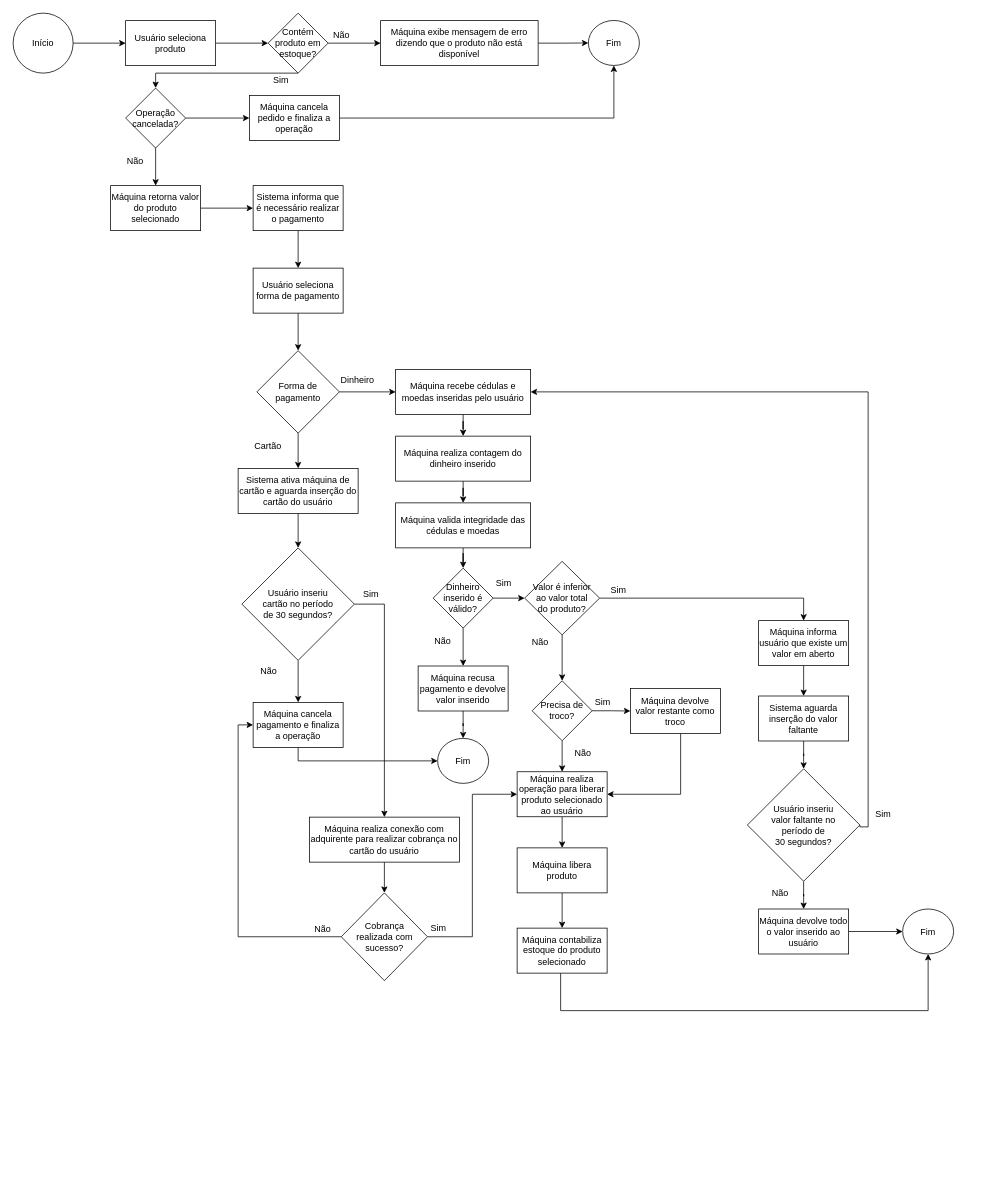
The draw.io diagram docs/Monja Doces.drawio in aleDsz/monja-doces, before the edit. Source tidied: cells renumbered, new cells numbered last; positions are measured from the earlier drawing's top-left corner, leaving out a move shared by most shapes. Both pictures are drawn from the tidied source at 75%, with x=0, y=0 at pixel (13, 13).
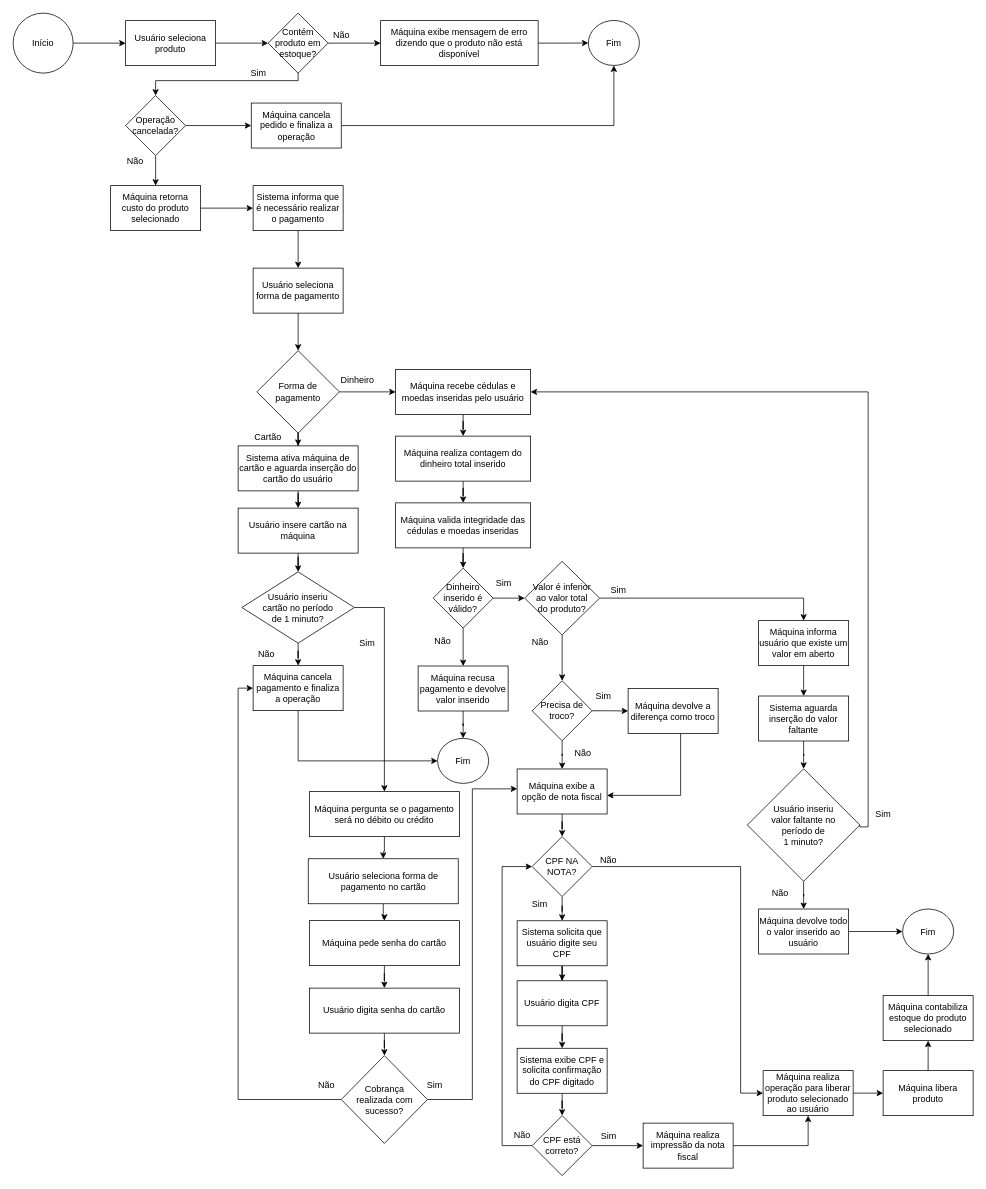
Above is the later version.

Commit message:
Updated system flow

Unchanged cells that the change refers to:
```xml
<mxCell id="16" value="Máquina recebe cédulas e moedas inseridas pelo usuário" style="rounded=0;whiteSpace=wrap;html=1;" parent="1" vertex="1">
  <mxGeometry x="510" y="475" width="180" height="60" as="geometry" />
</mxCell>
<mxCell id="48" value="Fim" style="ellipse;whiteSpace=wrap;html=1;" parent="1" vertex="1">
  <mxGeometry x="1186" y="1194.5" width="68" height="60" as="geometry" />
</mxCell>
<mxCell id="51" value="Precisa de troco?" style="rhombus;whiteSpace=wrap;html=1;" parent="1" vertex="1">
  <mxGeometry x="692" y="890.2" width="80" height="80" as="geometry" />
</mxCell>
<mxCell id="65" value="Contém produto em estoque?" style="rhombus;whiteSpace=wrap;html=1;" parent="1" vertex="1">
  <mxGeometry x="340" width="80" height="80" as="geometry" />
</mxCell>
```

The edit, as a diff of the source:
```diff
@@
-    <mxCell id="5" value="Máquina retorna valor do produto selecionado&lt;br&gt;" style="rounded=0;whiteSpace=wrap;html=1;" parent="1" vertex="1">
+    <mxCell id="5" value="Máquina retorna custo do produto selecionado" style="rounded=0;whiteSpace=wrap;html=1;" parent="1" vertex="1">
       <mxGeometry x="130" y="230" width="120" height="60" as="geometry" />
     </mxCell>
@@
-    <mxCell id="18" value="Máquina realiza contagem do dinheiro inserido" style="rounded=0;whiteSpace=wrap;html=1;" parent="1" vertex="1">
+    <mxCell id="18" value="Máquina realiza contagem do dinheiro total inserido" style="rounded=0;whiteSpace=wrap;html=1;" parent="1" vertex="1">
       <mxGeometry x="510" y="564" width="180" height="60" as="geometry" />
     </mxCell>
@@
-    <mxCell id="20" value="Máquina valida integridade das cédulas e moedas" style="rounded=0;whiteSpace=wrap;html=1;" parent="1" vertex="1">
+    <mxCell id="20" value="Máquina valida integridade das cédulas e moedas inseridas" style="rounded=0;whiteSpace=wrap;html=1;" parent="1" vertex="1">
       <mxGeometry x="510" y="653" width="180" height="60" as="geometry" />
     </mxCell>
@@
     <mxCell id="30" style="edgeStyle=orthogonalEdgeStyle;rounded=0;jettySize=auto;html=1;exitX=1;exitY=0.5;exitDx=0;exitDy=0;entryX=1;entryY=0.5;entryDx=0;entryDy=0;" parent="1" edge="1" source="32" target="16">
       <mxGeometry relative="1" as="geometry">
         <Array as="points">
+          <mxPoint x="1129" y="1085" />
           <mxPoint x="1140" y="1085" />
           <mxPoint x="1140" y="505" />
         </Array>
       </mxGeometry>
     </mxCell>
@@
-    <mxCell id="32" value="Usuário inseriu&lt;br&gt;valor faltante no&lt;br&gt;período de&lt;br&gt;30 segundos?" style="rhombus;whiteSpace=wrap;html=1;" parent="1" vertex="1">
+    <mxCell id="32" value="Usuário inseriu&lt;br&gt;valor faltante no&lt;br&gt;período de&lt;br&gt;1 minuto?" style="rhombus;whiteSpace=wrap;html=1;" parent="1" vertex="1">
       <mxGeometry x="979" y="1007.5" width="150" height="150" as="geometry" />
     </mxCell>
@@
     <mxCell id="39" value="Máquina realiza operação para liberar produto selecionado ao usuário" style="rounded=0;whiteSpace=wrap;html=1;" parent="1" vertex="1">
-      <mxGeometry x="672" y="1011.5" width="120" height="60" as="geometry" />
+      <mxGeometry x="1000" y="1410" width="120" height="60" as="geometry" />
     </mxCell>
@@
     <mxCell id="41" value="Máquina libera produto" style="rounded=0;whiteSpace=wrap;html=1;" parent="1" vertex="1">
-      <mxGeometry x="672" y="1113" width="120" height="60" as="geometry" />
+      <mxGeometry x="1160" y="1410" width="120" height="60" as="geometry" />
     </mxCell>
     <mxCell id="42" style="edgeStyle=orthogonalEdgeStyle;rounded=0;jettySize=auto;html=1;entryX=0.5;entryY=1;entryDx=0;entryDy=0;" parent="1" edge="1" source="43" target="48">
-      <mxGeometry relative="1" as="geometry">
-        <Array as="points">
-          <mxPoint x="730" y="1330" />
-          <mxPoint x="1220" y="1330" />
-        </Array>
-      </mxGeometry>
+      <mxGeometry relative="1" as="geometry" />
     </mxCell>
     <mxCell id="43" value="Máquina contabiliza estoque do produto selecionado" style="rounded=0;whiteSpace=wrap;html=1;" parent="1" vertex="1">
-      <mxGeometry x="672" y="1220" width="120" height="60" as="geometry" />
+      <mxGeometry x="1160" y="1310" width="120" height="60" as="geometry" />
     </mxCell>
@@
-    <mxCell id="49" style="edgeStyle=orthogonalEdgeStyle;rounded=0;jettySize=auto;html=1;" parent="1" edge="1" source="51" target="39">
-      <mxGeometry relative="1" as="geometry" />
-    </mxCell>
-    <mxCell id="50" style="edgeStyle=orthogonalEdgeStyle;rounded=0;jettySize=auto;html=1;exitX=1;exitY=0.5;exitDx=0;exitDy=0;entryX=0;entryY=0.5;entryDx=0;entryDy=0;" parent="1" edge="1" source="51" target="54">
+    <mxCell id="50" style="edgeStyle=orthogonalEdgeStyle;rounded=0;jettySize=auto;html=1;" parent="1" edge="1" source="51" target="54">
       <mxGeometry relative="1" as="geometry" />
     </mxCell>
+    <mxCell id="91" style="edgeStyle=orthogonalEdgeStyle;rounded=0;jettySize=auto;html=1;" parent="1" edge="1" source="51" target="105">
+      <mxGeometry relative="1" as="geometry" />
+    </mxCell>
@@
-    <mxCell id="53" style="edgeStyle=orthogonalEdgeStyle;rounded=0;jettySize=auto;html=1;entryX=1;entryY=0.5;entryDx=0;entryDy=0;" parent="1" edge="1" source="54" target="39">
-      <mxGeometry relative="1" as="geometry">
-        <Array as="points">
-          <mxPoint x="890" y="1042" />
-        </Array>
-      </mxGeometry>
-    </mxCell>
+    <mxCell id="92" style="edgeStyle=orthogonalEdgeStyle;rounded=0;jettySize=auto;html=1;entryX=0.999;entryY=0.587;entryDx=0;entryDy=0;entryPerimeter=0;" parent="1" edge="1" source="54" target="105">
+      <mxGeometry relative="1" as="geometry">
+        <Array as="points">
+          <mxPoint x="890" y="1043" />
+        </Array>
+      </mxGeometry>
+    </mxCell>
-    <mxCell id="54" value="Máquina devolve valor restante como troco" style="rounded=0;whiteSpace=wrap;html=1;" parent="1" vertex="1">
-      <mxGeometry x="823" y="900.5" width="120" height="60" as="geometry" />
+    <mxCell id="54" value="Máquina devolve a diferença como troco" style="rounded=0;whiteSpace=wrap;html=1;" parent="1" vertex="1">
+      <mxGeometry x="820" y="900.5" width="120" height="60" as="geometry" />
     </mxCell>
     <mxCell id="55" value="Sim" style="text;html=1;align=left;verticalAlign=top;spacingTop=-4;" parent="1" vertex="1">
-      <mxGeometry x="774" y="909" width="40" height="20" as="geometry" />
+      <mxGeometry x="775" y="900.5" width="40" height="20" as="geometry" />
     </mxCell>
@@
-    <mxCell id="60" style="edgeStyle=orthogonalEdgeStyle;rounded=0;jettySize=auto;html=1;" parent="1" edge="1" source="61" target="73">
-      <mxGeometry relative="1" as="geometry" />
-    </mxCell>
+    <mxCell id="93" style="edgeStyle=orthogonalEdgeStyle;rounded=0;jettySize=auto;html=1;" parent="1" edge="1" source="61" target="95">
+      <mxGeometry relative="1" as="geometry" />
+    </mxCell>
     <mxCell id="61" value="Sistema ativa máquina de cartão e aguarda inserção do cartão do usuário" style="rounded=0;whiteSpace=wrap;html=1;" parent="1" vertex="1">
-      <mxGeometry x="300" y="607" width="160" height="60" as="geometry" />
+      <mxGeometry x="300" y="577" width="160" height="60" as="geometry" />
     </mxCell>
+    <mxCell id="94" style="edgeStyle=orthogonalEdgeStyle;rounded=0;jettySize=auto;html=1;exitX=0.5;exitY=1;exitDx=0;exitDy=0;" parent="1" edge="1" source="95" target="73">
+      <mxGeometry relative="1" as="geometry" />
+    </mxCell>
+    <mxCell id="95" value="Usuário insere cartão na máquina" style="rounded=0;whiteSpace=wrap;html=1;" parent="1" vertex="1">
+      <mxGeometry x="300" y="660" width="160" height="60" as="geometry" />
+    </mxCell>
     <mxCell id="62" value="Cartão" style="text;html=1;align=left;verticalAlign=top;spacingTop=-4;" parent="1" vertex="1">
-      <mxGeometry x="320" y="567" width="50" height="20" as="geometry" />
+      <mxGeometry x="320" y="554.5" width="50" height="20" as="geometry" />
     </mxCell>
@@
     <mxCell id="64" style="edgeStyle=orthogonalEdgeStyle;rounded=0;jettySize=auto;html=1;" parent="1" edge="1" source="65" target="87">
       <mxGeometry relative="1" as="geometry">
         <Array as="points">
-          <mxPoint x="380" y="80" />
-          <mxPoint x="190" y="80" />
+          <mxPoint x="380" y="90" />
+          <mxPoint x="190" y="90" />
         </Array>
       </mxGeometry>
     </mxCell>
@@
     <mxCell id="66" value="Sim" style="text;html=1;align=left;verticalAlign=top;spacingTop=-4;" parent="1" vertex="1">
-      <mxGeometry x="345" y="80" width="40" height="20" as="geometry" />
+      <mxGeometry x="315" y="70" width="40" height="20" as="geometry" />
     </mxCell>
@@
-    <mxCell id="73" value="Usuário inseriu&lt;br&gt;cartão no período&lt;br&gt;de 30 segundos?" style="rhombus;whiteSpace=wrap;html=1;" parent="1" vertex="1">
-      <mxGeometry x="305" y="713" width="150" height="150" as="geometry" />
+    <mxCell id="73" value="Usuário inseriu&lt;br&gt;cartão no período&lt;br&gt;de 1 minuto?" style="rhombus;whiteSpace=wrap;html=1;" parent="1" vertex="1">
+      <mxGeometry x="305" y="745" width="150" height="95" as="geometry" />
     </mxCell>
@@
     <mxCell id="75" value="Máquina cancela pagamento e finaliza a operação" style="rounded=0;whiteSpace=wrap;html=1;" parent="1" vertex="1">
-      <mxGeometry x="320" y="919" width="120" height="60" as="geometry" />
+      <mxGeometry x="320" y="870" width="120" height="60" as="geometry" />
     </mxCell>
     <mxCell id="76" value="Não" style="text;html=1;align=left;verticalAlign=top;spacingTop=-4;" parent="1" vertex="1">
-      <mxGeometry x="328" y="867" width="40" height="20" as="geometry" />
+      <mxGeometry x="325" y="845" width="40" height="20" as="geometry" />
     </mxCell>
-    <mxCell id="77" style="edgeStyle=orthogonalEdgeStyle;rounded=0;jettySize=auto;html=1;" parent="1" edge="1" source="78" target="82">
-      <mxGeometry relative="1" as="geometry" />
-    </mxCell>
+    <mxCell id="96" style="edgeStyle=orthogonalEdgeStyle;rounded=0;jettySize=auto;html=1;" parent="1" edge="1" source="78" target="98">
+      <mxGeometry relative="1" as="geometry" />
+    </mxCell>
-    <mxCell id="78" value="Máquina realiza conexão com adquirente para realizar cobrança no cartão do usuário&lt;br&gt;" style="rounded=0;whiteSpace=wrap;html=1;" parent="1" vertex="1">
-      <mxGeometry x="395" y="1072" width="200" height="60" as="geometry" />
+    <mxCell id="78" value="Máquina pergunta se o pagamento será no débito ou crédito" style="rounded=0;whiteSpace=wrap;html=1;" parent="1" vertex="1">
+      <mxGeometry x="395" y="1038" width="200" height="60" as="geometry" />
     </mxCell>
+    <mxCell id="97" style="edgeStyle=orthogonalEdgeStyle;rounded=0;jettySize=auto;html=1;" parent="1" edge="1" source="98" target="100">
+      <mxGeometry relative="1" as="geometry" />
+    </mxCell>
+    <mxCell id="98" value="Usuário seleciona forma de pagamento no cartão" style="rounded=0;whiteSpace=wrap;html=1;" parent="1" vertex="1">
+      <mxGeometry x="393.5" y="1127.5" width="200" height="60" as="geometry" />
+    </mxCell>
+    <mxCell id="99" style="edgeStyle=orthogonalEdgeStyle;rounded=0;jettySize=auto;html=1;" parent="1" edge="1" source="100" target="102">
+      <mxGeometry relative="1" as="geometry" />
+    </mxCell>
+    <mxCell id="100" value="Máquina pede senha do cartão" style="rounded=0;whiteSpace=wrap;html=1;" parent="1" vertex="1">
+      <mxGeometry x="395" y="1210" width="200" height="60" as="geometry" />
+    </mxCell>
+    <mxCell id="101" style="edgeStyle=orthogonalEdgeStyle;rounded=0;jettySize=auto;html=1;" parent="1" edge="1" source="102" target="82">
+      <mxGeometry relative="1" as="geometry" />
+    </mxCell>
+    <mxCell id="102" value="Usuário digita senha do cartão" style="rounded=0;whiteSpace=wrap;html=1;" parent="1" vertex="1">
+      <mxGeometry x="395" y="1300" width="200" height="60" as="geometry" />
+    </mxCell>
     <mxCell id="79" value="Sim" style="text;html=1;align=left;verticalAlign=top;spacingTop=-4;" parent="1" vertex="1">
-      <mxGeometry x="465" y="765" width="40" height="20" as="geometry" />
+      <mxGeometry x="460" y="830" width="40" height="20" as="geometry" />
     </mxCell>
@@
-    <mxCell id="81" style="edgeStyle=orthogonalEdgeStyle;rounded=0;jettySize=auto;html=1;entryX=0;entryY=0.5;entryDx=0;entryDy=0;" parent="1" edge="1" source="82" target="39">
-      <mxGeometry relative="1" as="geometry" />
-    </mxCell>
+    <mxCell id="103" style="edgeStyle=orthogonalEdgeStyle;rounded=0;jettySize=auto;html=1;entryX=0.001;entryY=0.442;entryDx=0;entryDy=0;entryPerimeter=0;" parent="1" edge="1" source="82" target="105">
+      <mxGeometry relative="1" as="geometry" />
+    </mxCell>
     <mxCell id="82" value="Cobrança&lt;br&gt;realizada com sucesso?" style="rhombus;whiteSpace=wrap;html=1;" parent="1" vertex="1">
-      <mxGeometry x="437.5" y="1173" width="115" height="117" as="geometry" />
+      <mxGeometry x="437.5" y="1390" width="115" height="117" as="geometry" />
     </mxCell>
     <mxCell id="83" value="Não" style="text;html=1;align=left;verticalAlign=top;spacingTop=-4;" parent="1" vertex="1">
-      <mxGeometry x="400" y="1211.5" width="40" height="20" as="geometry" />
+      <mxGeometry x="405" y="1420" width="40" height="20" as="geometry" />
     </mxCell>
     <mxCell id="84" value="Sim" style="text;html=1;align=left;verticalAlign=top;spacingTop=-4;" parent="1" vertex="1">
-      <mxGeometry x="555" y="1210" width="40" height="20" as="geometry" />
+      <mxGeometry x="550" y="1420" width="40" height="20" as="geometry" />
     </mxCell>
@@
     <mxCell id="87" value="Operação&lt;br&gt;cancelada?&lt;br&gt;" style="rhombus;whiteSpace=wrap;html=1;" parent="1" vertex="1">
-      <mxGeometry x="150" y="99.9" width="80" height="80" as="geometry" />
+      <mxGeometry x="150" y="109.9" width="80" height="80" as="geometry" />
     </mxCell>
@@
     <mxCell id="90" value="Máquina cancela pedido e finaliza a operação" style="rounded=0;whiteSpace=wrap;html=1;" parent="1" vertex="1">
-      <mxGeometry x="315" y="109.9" width="120" height="60" as="geometry" />
+      <mxGeometry x="317.5" y="119.9" width="120" height="60" as="geometry" />
     </mxCell>
+    <mxCell id="104" style="edgeStyle=orthogonalEdgeStyle;rounded=0;jettySize=auto;html=1;" parent="1" edge="1" source="105" target="108">
+      <mxGeometry relative="1" as="geometry" />
+    </mxCell>
+    <mxCell id="105" value="Máquina exibe a opção de nota fiscal" style="rounded=0;whiteSpace=wrap;html=1;" parent="1" vertex="1">
+      <mxGeometry x="672" y="1007.8" width="120" height="60" as="geometry" />
+    </mxCell>
+    <mxCell id="106" style="edgeStyle=orthogonalEdgeStyle;rounded=0;jettySize=auto;html=1;" parent="1" edge="1" source="108" target="110">
+      <mxGeometry relative="1" as="geometry" />
+    </mxCell>
+    <mxCell id="107" style="edgeStyle=orthogonalEdgeStyle;rounded=0;jettySize=auto;html=1;entryX=0;entryY=0.5;entryDx=0;entryDy=0;" parent="1" edge="1" source="108" target="39">
+      <mxGeometry relative="1" as="geometry">
+        <Array as="points">
+          <mxPoint x="970" y="1138" />
+          <mxPoint x="970" y="1440" />
+        </Array>
+      </mxGeometry>
+    </mxCell>
+    <mxCell id="108" value="CPF NA NOTA?" style="rhombus;whiteSpace=wrap;html=1;" parent="1" vertex="1">
+      <mxGeometry x="692" y="1097.9" width="80" height="80" as="geometry" />
+    </mxCell>
+    <mxCell id="109" style="edgeStyle=orthogonalEdgeStyle;rounded=0;jettySize=auto;html=1;" parent="1" edge="1" source="110" target="112">
+      <mxGeometry relative="1" as="geometry" />
+    </mxCell>
+    <mxCell id="110" value="Sistema solicita que usuário digite seu CPF" style="rounded=0;whiteSpace=wrap;html=1;" parent="1" vertex="1">
+      <mxGeometry x="672" y="1210.2" width="120" height="60" as="geometry" />
+    </mxCell>
+    <mxCell id="111" style="edgeStyle=orthogonalEdgeStyle;rounded=0;jettySize=auto;html=1;" parent="1" edge="1" source="112" target="114">
+      <mxGeometry relative="1" as="geometry" />
+    </mxCell>
+    <mxCell id="112" value="Usuário digita CPF" style="rounded=0;whiteSpace=wrap;html=1;" parent="1" vertex="1">
+      <mxGeometry x="672" y="1290.2" width="120" height="60" as="geometry" />
+    </mxCell>
+    <mxCell id="113" style="edgeStyle=orthogonalEdgeStyle;rounded=0;jettySize=auto;html=1;" parent="1" edge="1" source="114" target="119">
+      <mxGeometry relative="1" as="geometry" />
+    </mxCell>
+    <mxCell id="114" value="Sistema exibe CPF e solicita confirmação do CPF digitado" style="rounded=0;whiteSpace=wrap;html=1;" parent="1" vertex="1">
+      <mxGeometry x="672" y="1380.2" width="120" height="60" as="geometry" />
+    </mxCell>
+    <mxCell id="115" value="Sim" style="text;html=1;align=left;verticalAlign=top;spacingTop=-4;" parent="1" vertex="1">
+      <mxGeometry x="690" y="1177.5" width="40" height="20" as="geometry" />
+    </mxCell>
+    <mxCell id="116" value="Não" style="text;html=1;align=left;verticalAlign=top;spacingTop=-4;" parent="1" vertex="1">
+      <mxGeometry x="781" y="1120" width="40" height="20" as="geometry" />
+    </mxCell>
+    <mxCell id="117" style="edgeStyle=orthogonalEdgeStyle;rounded=0;jettySize=auto;html=1;entryX=0;entryY=0.5;entryDx=0;entryDy=0;" parent="1" edge="1" source="119" target="108">
+      <mxGeometry relative="1" as="geometry">
+        <Array as="points">
+          <mxPoint x="652" y="1510" />
+          <mxPoint x="652" y="1138" />
+        </Array>
+      </mxGeometry>
+    </mxCell>
+    <mxCell id="118" style="edgeStyle=orthogonalEdgeStyle;rounded=0;jettySize=auto;html=1;entryX=0;entryY=0.5;entryDx=0;entryDy=0;" parent="1" edge="1" source="119" target="123">
+      <mxGeometry relative="1" as="geometry" />
+    </mxCell>
+    <mxCell id="119" value="CPF está correto?" style="rhombus;whiteSpace=wrap;html=1;" parent="1" vertex="1">
+      <mxGeometry x="692" y="1470" width="80" height="80" as="geometry" />
+    </mxCell>
+    <mxCell id="120" value="Sim" style="text;html=1;align=left;verticalAlign=top;spacingTop=-4;" parent="1" vertex="1">
+      <mxGeometry x="782" y="1487" width="40" height="20" as="geometry" />
+    </mxCell>
+    <mxCell id="121" value="Não" style="text;html=1;align=left;verticalAlign=top;spacingTop=-4;" parent="1" vertex="1">
+      <mxGeometry x="666" y="1486" width="40" height="20" as="geometry" />
+    </mxCell>
+    <mxCell id="122" style="edgeStyle=orthogonalEdgeStyle;rounded=0;jettySize=auto;html=1;entryX=0.5;entryY=1;entryDx=0;entryDy=0;" parent="1" edge="1" source="123" target="39">
+      <mxGeometry relative="1" as="geometry" />
+    </mxCell>
+    <mxCell id="123" value="Máquina realiza impressão da nota fiscal" style="rounded=0;whiteSpace=wrap;html=1;" parent="1" vertex="1">
+      <mxGeometry x="840" y="1480" width="120" height="60" as="geometry" />
+    </mxCell>
```
